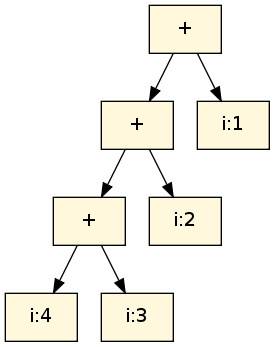
Before: AS/ast.png, a diagram exported from Graphviz (LapinTade/TPL3). Its source is kept beside it as AS/ast.dot.
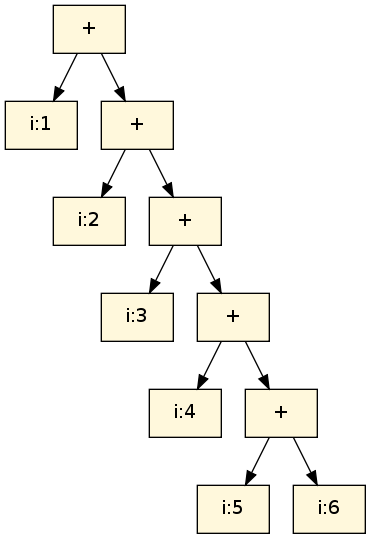
After the commit.

Diff of the diagram source:
```diff
@@ -1,15 +1,23 @@
 digraph AST {
-node [shape="box",style="filled",fillcolor="cornsilk"]6 [label="+"]
+node [shape="box",style="filled",fillcolor="cornsilk"]10 [label="+"]
+10 -> 0
+10 -> 9
+0 [label="i:1"]
+9 [label="+"]
+9 -> 1
+9 -> 8
+1 [label="i:2"]
+8 [label="+"]
+8 -> 2
+8 -> 7
+2 [label="i:3"]
+7 [label="+"]
+7 -> 3
+7 -> 6
+3 [label="i:4"]
+6 [label="+"]
 6 -> 4
 6 -> 5
-4 [label="+"]
-4 -> 2
-4 -> 3
-2 [label="+"]
-2 -> 0
-2 -> 1
-0 [label="i:4"]
-1 [label="i:3"]
-3 [label="i:2"]
-5 [label="i:1"]
+4 [label="i:5"]
+5 [label="i:6"]
 }
```
